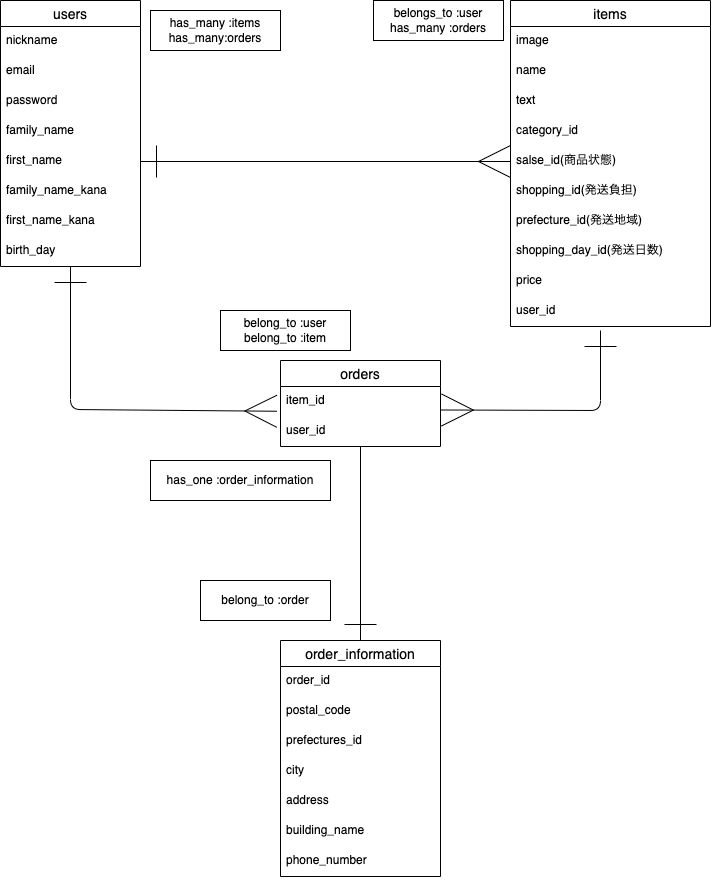
gtn-74/furima-39277 keeps this draw.io diagram as 01furima-39277(ER図).png. Above is the earlier version. Source tidied: cells renumbered, new cells last; positions are measured from the earlier drawing's top-left corner, leaving out a move shared by most shapes.
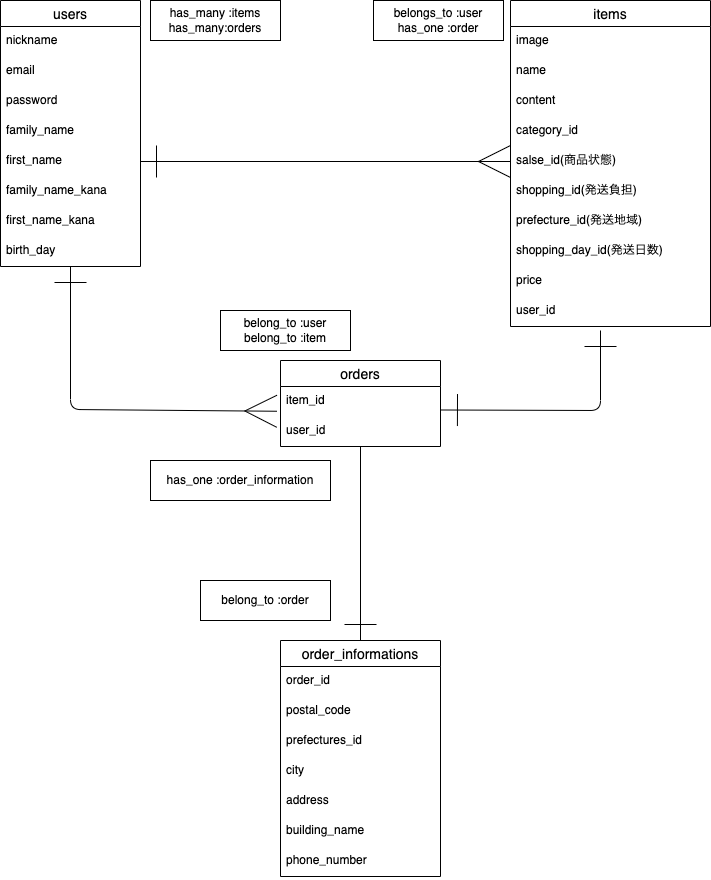
Later version of the same file.

Change to the diagram source:
```diff
@@ -36,7 +36,7 @@
     <mxCell id="11" value="birth_day" style="text;strokeColor=none;fillColor=none;spacingLeft=4;spacingRight=4;overflow=hidden;fontSize=12;fontStyle=0;" parent="3" vertex="1">
       <mxGeometry y="236" width="140" height="30" as="geometry" />
     </mxCell>
-    <mxCell id="12" style="edgeStyle=none;html=1;startArrow=ERone;startFill=0;endArrow=ERmany;endFill=0;startSize=30;endSize=30;entryX=1.006;entryY=0.783;entryDx=0;entryDy=0;entryPerimeter=0;" parent="1" edge="1" target="26">
+    <mxCell id="12" style="edgeStyle=none;html=1;startArrow=ERone;startFill=0;endArrow=ERone;endFill=0;startSize=30;endSize=30;entryX=1.006;entryY=0.783;entryDx=0;entryDy=0;entryPerimeter=0;" parent="1" edge="1" target="26">
       <mxGeometry relative="1" as="geometry">
         <mxPoint x="600" y="330" as="sourcePoint" />
         <Array as="points">
@@ -53,7 +53,7 @@
     <mxCell id="15" value="name" style="text;strokeColor=none;fillColor=none;spacingLeft=4;spacingRight=4;overflow=hidden;fontSize=12;" parent="13" vertex="1">
       <mxGeometry y="56" width="200" height="30" as="geometry" />
     </mxCell>
-    <mxCell id="16" value="text" style="text;strokeColor=none;fillColor=none;spacingLeft=4;spacingRight=4;overflow=hidden;fontSize=12;" parent="13" vertex="1">
+    <mxCell id="16" value="content" style="text;strokeColor=none;fillColor=none;spacingLeft=4;spacingRight=4;overflow=hidden;fontSize=12;" parent="13" vertex="1">
       <mxGeometry y="86" width="200" height="30" as="geometry" />
     </mxCell>
     <mxCell id="17" value="category_id" style="text;strokeColor=none;fillColor=none;spacingLeft=4;spacingRight=4;overflow=hidden;fontSize=12;" parent="13" vertex="1">
@@ -89,7 +89,7 @@
     <mxCell id="27" value="user_id" style="text;strokeColor=none;fillColor=none;spacingLeft=4;spacingRight=4;overflow=hidden;fontSize=12;" parent="25" vertex="1">
       <mxGeometry y="56" width="160" height="30" as="geometry" />
     </mxCell>
-    <mxCell id="28" value="order_information" style="swimlane;fontStyle=0;horizontal=1;startSize=26;align=center;fontSize=14;" parent="1" vertex="1">
+    <mxCell id="28" value="order_informations" style="swimlane;fontStyle=0;horizontal=1;startSize=26;align=center;fontSize=14;" parent="1" vertex="1">
       <mxGeometry x="280" y="640" width="160" height="236" as="geometry" />
     </mxCell>
     <mxCell id="29" value="order_id" style="text;strokeColor=none;fillColor=none;spacingLeft=4;spacingRight=4;overflow=hidden;fontSize=12;" parent="28" vertex="1">
@@ -117,9 +117,9 @@
       <mxGeometry relative="1" as="geometry" />
     </mxCell>
     <mxCell id="37" value="has_many :items&lt;br&gt;has_many:orders" style="whiteSpace=wrap;html=1;align=center;" parent="1" vertex="1">
-      <mxGeometry x="150" y="10" width="130" height="40" as="geometry" />
+      <mxGeometry x="150" width="130" height="40" as="geometry" />
     </mxCell>
-    <mxCell id="38" value="belongs_to :user&lt;br&gt;has_many :orders" style="whiteSpace=wrap;html=1;align=center;" parent="1" vertex="1">
+    <mxCell id="38" value="belongs_to :user&lt;br&gt;has_one :order" style="whiteSpace=wrap;html=1;align=center;" parent="1" vertex="1">
       <mxGeometry x="373" width="130" height="40" as="geometry" />
     </mxCell>
     <mxCell id="39" value="belong_to :user&lt;br&gt;belong_to :item" style="whiteSpace=wrap;html=1;align=center;" parent="1" vertex="1">
```
